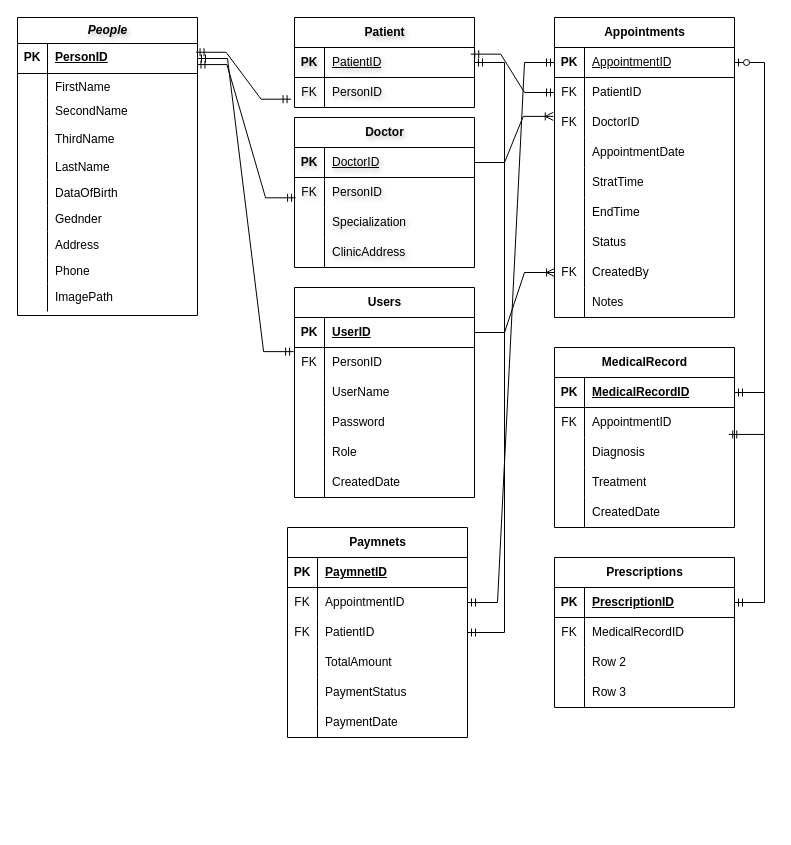
The draw.io diagram Untitled Diagram.drawio in BasharHazbar/Healthcare-Management-System-HCMS, before the edit. Source tidied: cells renumbered, new cells numbered last; positions are measured from the earlier drawing's top-left corner, leaving out a move shared by most shapes. Both pictures are drawn from the tidied source at 100%, with x=0, y=0 at pixel (-223, 17).
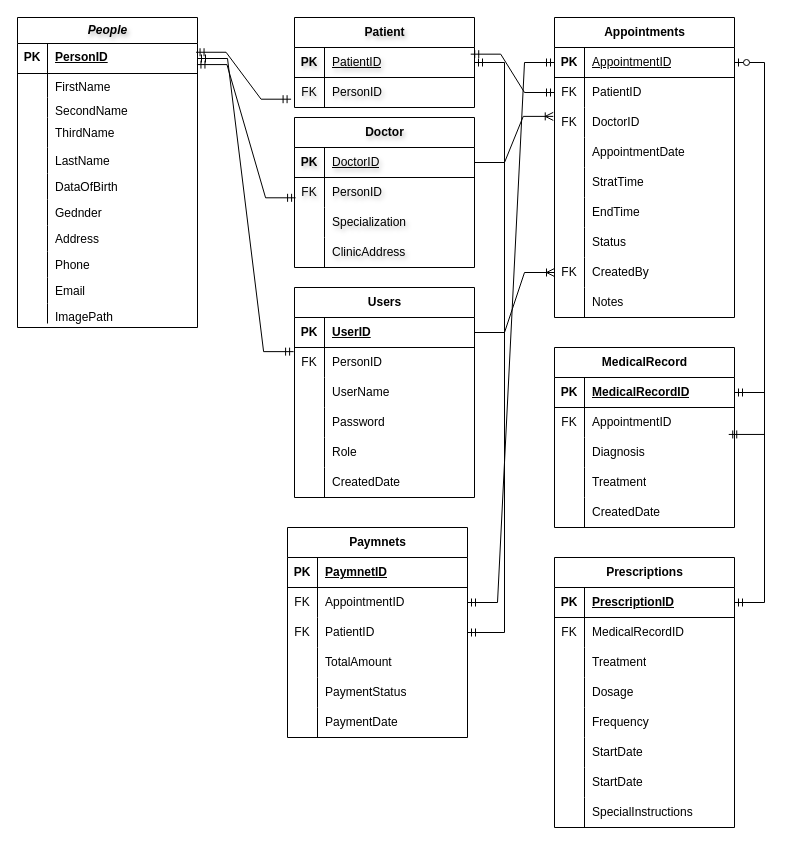
Above is the later version.

Unchanged cells that the change refers to:
```xml
<mxCell id="130" style="shape=tableRow;horizontal=0;startSize=0;swimlaneHead=0;swimlaneBody=0;fillColor=none;top=0;left=0;right=0;bottom=0;" parent="123" vertex="1">
  <mxGeometry y="90" width="180" height="30" as="geometry" />
</mxCell>
<mxCell id="133" style="shape=tableRow;horizontal=0;startSize=0;swimlaneHead=0;swimlaneBody=0;fillColor=none;top=0;left=0;right=0;bottom=0;" parent="123" vertex="1">
  <mxGeometry y="120" width="180" height="30" as="geometry" />
</mxCell>
```

Diff of the diagram source:
```diff
@@
     <mxCell id="3" value="&lt;span style=&quot;font-style: italic;&quot;&gt;&lt;b&gt;People&lt;/b&gt;&lt;/span&gt;" style="shape=table;startSize=26;childLayout=tableLayout;rowLines=0;fontStyle=0;align=center;html=1;rounded=0;shadow=0;strokeWidth=1;verticalAlign=middle;fontFamily=Helvetica;fontSize=12;textShadow=1;" parent="1" vertex="1">
-      <mxGeometry x="240" width="180" height="298" as="geometry" />
+      <mxGeometry x="240" width="180" height="310" as="geometry" />
     </mxCell>
@@
     <mxCell id="10" style="shape=tableRow;horizontal=0;startSize=0;swimlaneHead=0;swimlaneBody=0;fillColor=none;top=0;left=0;right=0;bottom=0;rounded=0;shadow=0;strokeColor=default;strokeWidth=1;align=center;verticalAlign=top;fontFamily=Helvetica;fontSize=12;fontColor=default;fontStyle=2;" parent="3" vertex="1">
-      <mxGeometry y="80" width="180" height="26" as="geometry" />
+      <mxGeometry y="80" width="180" height="20" as="geometry" />
     </mxCell>
     <mxCell id="11" style="shape=partialRectangle;fillColor=none;top=0;left=0;bottom=0;right=0;overflow=hidden;whiteSpace=wrap;html=1;rounded=0;shadow=0;strokeColor=default;strokeWidth=1;align=center;verticalAlign=top;fontFamily=Helvetica;fontSize=12;fontColor=default;fontStyle=2;" parent="10" vertex="1">
-      <mxGeometry width="30" height="26" as="geometry" />
+      <mxGeometry width="30" height="20" as="geometry" />
     </mxCell>
     <mxCell id="12" value="&lt;span style=&quot;font-style: normal; text-wrap: nowrap;&quot;&gt;SecondName&lt;/span&gt;" style="shape=partialRectangle;fillColor=none;top=0;left=0;bottom=0;right=0;align=left;spacingLeft=6;overflow=hidden;whiteSpace=wrap;html=1;rounded=0;shadow=0;strokeColor=default;strokeWidth=1;verticalAlign=top;fontFamily=Helvetica;fontSize=12;fontColor=default;fontStyle=2;" parent="10" vertex="1">
-      <mxGeometry x="30" width="150" height="26" as="geometry" />
+      <mxGeometry x="30" width="150" height="20" as="geometry" />
     </mxCell>
     <mxCell id="13" style="shape=tableRow;horizontal=0;startSize=0;swimlaneHead=0;swimlaneBody=0;fillColor=none;top=0;left=0;right=0;bottom=0;" parent="3" vertex="1">
-      <mxGeometry y="106" width="180" height="30" as="geometry" />
+      <mxGeometry y="100" width="180" height="30" as="geometry" />
     </mxCell>
@@
     <mxCell id="16" style="shape=tableRow;horizontal=0;startSize=0;swimlaneHead=0;swimlaneBody=0;fillColor=none;top=0;left=0;right=0;bottom=0;rounded=0;shadow=0;strokeColor=default;strokeWidth=1;align=center;verticalAlign=top;fontFamily=Helvetica;fontSize=12;fontColor=default;fontStyle=2;" parent="3" vertex="1">
-      <mxGeometry y="136" width="180" height="26" as="geometry" />
+      <mxGeometry y="130" width="180" height="26" as="geometry" />
     </mxCell>
@@
     <mxCell id="19" style="shape=tableRow;horizontal=0;startSize=0;swimlaneHead=0;swimlaneBody=0;fillColor=none;top=0;left=0;right=0;bottom=0;rounded=0;shadow=0;strokeColor=default;strokeWidth=1;align=center;verticalAlign=top;fontFamily=Helvetica;fontSize=12;fontColor=default;fontStyle=2;" parent="3" vertex="1">
-      <mxGeometry y="162" width="180" height="26" as="geometry" />
+      <mxGeometry y="156" width="180" height="26" as="geometry" />
     </mxCell>
@@
     <mxCell id="22" style="shape=tableRow;horizontal=0;startSize=0;swimlaneHead=0;swimlaneBody=0;fillColor=none;top=0;left=0;right=0;bottom=0;rounded=0;shadow=0;strokeColor=default;strokeWidth=1;align=center;verticalAlign=top;fontFamily=Helvetica;fontSize=12;fontColor=default;fontStyle=2;" parent="3" vertex="1">
-      <mxGeometry y="188" width="180" height="26" as="geometry" />
+      <mxGeometry y="182" width="180" height="26" as="geometry" />
     </mxCell>
@@
     <mxCell id="25" style="shape=tableRow;horizontal=0;startSize=0;swimlaneHead=0;swimlaneBody=0;fillColor=none;top=0;left=0;right=0;bottom=0;rounded=0;shadow=0;strokeColor=default;strokeWidth=1;align=center;verticalAlign=top;fontFamily=Helvetica;fontSize=12;fontColor=default;fontStyle=2;" parent="3" vertex="1">
-      <mxGeometry y="214" width="180" height="26" as="geometry" />
+      <mxGeometry y="208" width="180" height="26" as="geometry" />
     </mxCell>
@@
     <mxCell id="28" style="shape=tableRow;horizontal=0;startSize=0;swimlaneHead=0;swimlaneBody=0;fillColor=none;top=0;left=0;right=0;bottom=0;rounded=0;shadow=0;strokeColor=default;strokeWidth=1;align=center;verticalAlign=top;fontFamily=Helvetica;fontSize=12;fontColor=default;fontStyle=2;" parent="3" vertex="1">
-      <mxGeometry y="240" width="180" height="26" as="geometry" />
+      <mxGeometry y="234" width="180" height="26" as="geometry" />
     </mxCell>
@@
+    <mxCell id="158" style="shape=tableRow;horizontal=0;startSize=0;swimlaneHead=0;swimlaneBody=0;fillColor=none;top=0;left=0;right=0;bottom=0;rounded=0;shadow=0;strokeColor=default;strokeWidth=1;align=center;verticalAlign=top;fontFamily=Helvetica;fontSize=12;fontColor=default;fontStyle=2;" parent="3" vertex="1">
+      <mxGeometry y="260" width="180" height="26" as="geometry" />
+    </mxCell>
+    <mxCell id="159" style="shape=partialRectangle;fillColor=none;top=0;left=0;bottom=0;right=0;overflow=hidden;whiteSpace=wrap;html=1;rounded=0;shadow=0;strokeColor=default;strokeWidth=1;align=center;verticalAlign=top;fontFamily=Helvetica;fontSize=12;fontColor=default;fontStyle=2;" parent="158" vertex="1">
+      <mxGeometry width="30" height="26" as="geometry" />
+    </mxCell>
+    <mxCell id="160" value="Email" style="shape=partialRectangle;fillColor=none;top=0;left=0;bottom=0;right=0;align=left;spacingLeft=6;overflow=hidden;whiteSpace=wrap;html=1;rounded=0;shadow=0;strokeColor=default;strokeWidth=1;verticalAlign=top;fontFamily=Helvetica;fontSize=12;fontColor=default;fontStyle=0;" parent="158" vertex="1">
+      <mxGeometry x="30" width="150" height="26" as="geometry" />
+    </mxCell>
     <mxCell id="31" style="shape=tableRow;horizontal=0;startSize=0;swimlaneHead=0;swimlaneBody=0;fillColor=none;top=0;left=0;right=0;bottom=0;rounded=0;shadow=0;strokeColor=default;strokeWidth=1;align=center;verticalAlign=top;fontFamily=Helvetica;fontSize=12;fontColor=default;fontStyle=2;" parent="3" vertex="1">
-      <mxGeometry y="266" width="180" height="28" as="geometry" />
+      <mxGeometry y="286" width="180" height="20" as="geometry" />
     </mxCell>
     <mxCell id="32" style="shape=partialRectangle;fillColor=none;top=0;left=0;bottom=0;right=0;overflow=hidden;whiteSpace=wrap;html=1;rounded=0;shadow=0;strokeColor=default;strokeWidth=1;align=center;verticalAlign=top;fontFamily=Helvetica;fontSize=12;fontColor=default;fontStyle=2;" parent="31" vertex="1">
-      <mxGeometry width="30" height="28" as="geometry" />
+      <mxGeometry width="30" height="20" as="geometry" />
     </mxCell>
     <mxCell id="33" value="ImagePath&lt;div&gt;&lt;br&gt;&lt;/div&gt;" style="shape=partialRectangle;fillColor=none;top=0;left=0;bottom=0;right=0;align=left;spacingLeft=6;overflow=hidden;whiteSpace=wrap;html=1;rounded=0;shadow=0;strokeColor=default;strokeWidth=1;verticalAlign=top;fontFamily=Helvetica;fontSize=12;fontColor=default;fontStyle=0;" parent="31" vertex="1">
-      <mxGeometry x="30" width="150" height="28" as="geometry" />
+      <mxGeometry x="30" width="150" height="20" as="geometry" />
     </mxCell>
@@
     <mxCell id="123" value="Prescriptions" style="shape=table;startSize=30;childLayout=tableLayout;rowLines=0;fontStyle=1;align=center;html=1;" parent="1" vertex="1">
-      <mxGeometry x="777" y="540" width="180" height="150" as="geometry" />
+      <mxGeometry x="777" y="540" width="180" height="270" as="geometry" />
     </mxCell>
@@
-    <mxCell id="132" value="Row 2" style="shape=partialRectangle;fillColor=none;top=0;left=0;bottom=0;right=0;align=left;spacingLeft=6;overflow=hidden;whiteSpace=wrap;html=1;" parent="130" vertex="1">
+    <mxCell id="132" value="Treatment" style="shape=partialRectangle;fillColor=none;top=0;left=0;bottom=0;right=0;align=left;spacingLeft=6;overflow=hidden;whiteSpace=wrap;html=1;" parent="130" vertex="1">
       <mxGeometry x="30" width="150" height="30" as="geometry" />
     </mxCell>
@@
-    <mxCell id="135" value="Row 3" style="shape=partialRectangle;fillColor=none;top=0;left=0;bottom=0;right=0;align=left;spacingLeft=6;overflow=hidden;whiteSpace=wrap;html=1;" parent="133" vertex="1">
+    <mxCell id="135" value="Dosage" style="shape=partialRectangle;fillColor=none;top=0;left=0;bottom=0;right=0;align=left;spacingLeft=6;overflow=hidden;whiteSpace=wrap;html=1;" parent="133" vertex="1">
       <mxGeometry x="30" width="150" height="30" as="geometry" />
     </mxCell>
+    <mxCell id="161" style="shape=tableRow;horizontal=0;startSize=0;swimlaneHead=0;swimlaneBody=0;fillColor=none;top=0;left=0;right=0;bottom=0;" parent="123" vertex="1">
+      <mxGeometry y="150" width="180" height="30" as="geometry" />
+    </mxCell>
+    <mxCell id="162" style="shape=partialRectangle;fillColor=none;top=0;left=0;bottom=0;right=0;overflow=hidden;whiteSpace=wrap;html=1;" parent="161" vertex="1">
+      <mxGeometry width="30" height="30" as="geometry" />
+    </mxCell>
+    <mxCell id="163" value="Frequency" style="shape=partialRectangle;fillColor=none;top=0;left=0;bottom=0;right=0;align=left;spacingLeft=6;overflow=hidden;whiteSpace=wrap;html=1;" parent="161" vertex="1">
+      <mxGeometry x="30" width="150" height="30" as="geometry" />
+    </mxCell>
+    <mxCell id="164" style="shape=tableRow;horizontal=0;startSize=0;swimlaneHead=0;swimlaneBody=0;fillColor=none;top=0;left=0;right=0;bottom=0;" parent="123" vertex="1">
+      <mxGeometry y="180" width="180" height="30" as="geometry" />
+    </mxCell>
+    <mxCell id="165" style="shape=partialRectangle;fillColor=none;top=0;left=0;bottom=0;right=0;overflow=hidden;whiteSpace=wrap;html=1;" parent="164" vertex="1">
+      <mxGeometry width="30" height="30" as="geometry" />
+    </mxCell>
+    <mxCell id="166" value="StartDate" style="shape=partialRectangle;fillColor=none;top=0;left=0;bottom=0;right=0;align=left;spacingLeft=6;overflow=hidden;whiteSpace=wrap;html=1;" parent="164" vertex="1">
+      <mxGeometry x="30" width="150" height="30" as="geometry" />
+    </mxCell>
+    <mxCell id="167" style="shape=tableRow;horizontal=0;startSize=0;swimlaneHead=0;swimlaneBody=0;fillColor=none;top=0;left=0;right=0;bottom=0;" parent="123" vertex="1">
+      <mxGeometry y="210" width="180" height="30" as="geometry" />
+    </mxCell>
+    <mxCell id="168" style="shape=partialRectangle;fillColor=none;top=0;left=0;bottom=0;right=0;overflow=hidden;whiteSpace=wrap;html=1;" parent="167" vertex="1">
+      <mxGeometry width="30" height="30" as="geometry" />
+    </mxCell>
+    <mxCell id="169" value="StartDate" style="shape=partialRectangle;fillColor=none;top=0;left=0;bottom=0;right=0;align=left;spacingLeft=6;overflow=hidden;whiteSpace=wrap;html=1;" parent="167" vertex="1">
+      <mxGeometry x="30" width="150" height="30" as="geometry" />
+    </mxCell>
+    <mxCell id="170" style="shape=tableRow;horizontal=0;startSize=0;swimlaneHead=0;swimlaneBody=0;fillColor=none;top=0;left=0;right=0;bottom=0;" parent="123" vertex="1">
+      <mxGeometry y="240" width="180" height="30" as="geometry" />
+    </mxCell>
+    <mxCell id="171" style="shape=partialRectangle;fillColor=none;top=0;left=0;bottom=0;right=0;overflow=hidden;whiteSpace=wrap;html=1;" parent="170" vertex="1">
+      <mxGeometry width="30" height="30" as="geometry" />
+    </mxCell>
+    <mxCell id="172" value="SpecialInstructions" style="shape=partialRectangle;fillColor=none;top=0;left=0;bottom=0;right=0;align=left;spacingLeft=6;overflow=hidden;whiteSpace=wrap;html=1;" parent="170" vertex="1">
+      <mxGeometry x="30" width="150" height="30" as="geometry" />
+    </mxCell>
```
